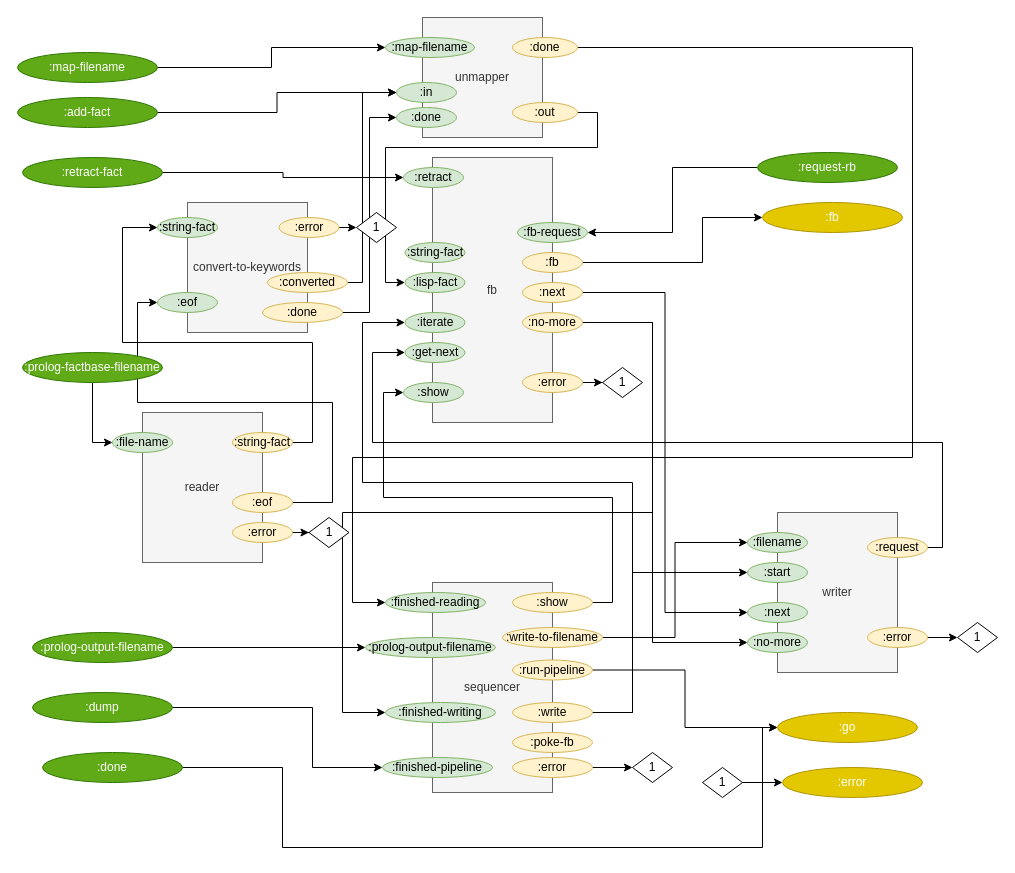
This is page "Compiler test bed" (4 of 10) of svg/cl-compiler/doc/compiler-test-bed.drawio from bmfbp/bmfbp, a draw.io file, before an edit. Source tidied: cells renumbered, new cells numbered last; positions are measured from the earlier drawing's top-left corner, leaving out a move shared by most shapes. Both pictures are drawn from the tidied source at 100%, with x=0, y=0 at pixel (17, 17).
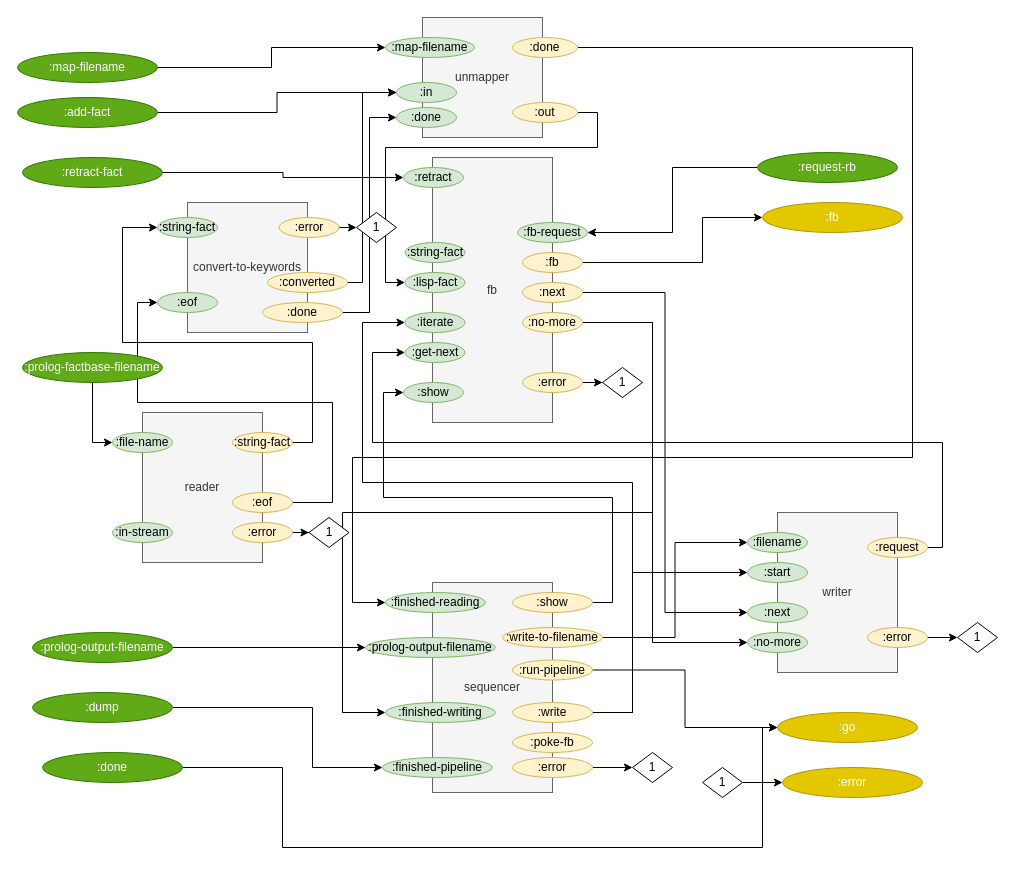
Above is the later version.

Commit message (it also covers changes not shown here):
added in-stream (in addition to file-name)

Change to the diagram source:
```diff
@@
+    <mxCell id="96" value=":in-stream" style="ellipse;whiteSpace=wrap;html=1;fillColor=#d5e8d4;strokeColor=#82b366;" parent="1" vertex="1">
+      <mxGeometry x="95" y="505" width="60" height="20" as="geometry" />
+    </mxCell>
```
